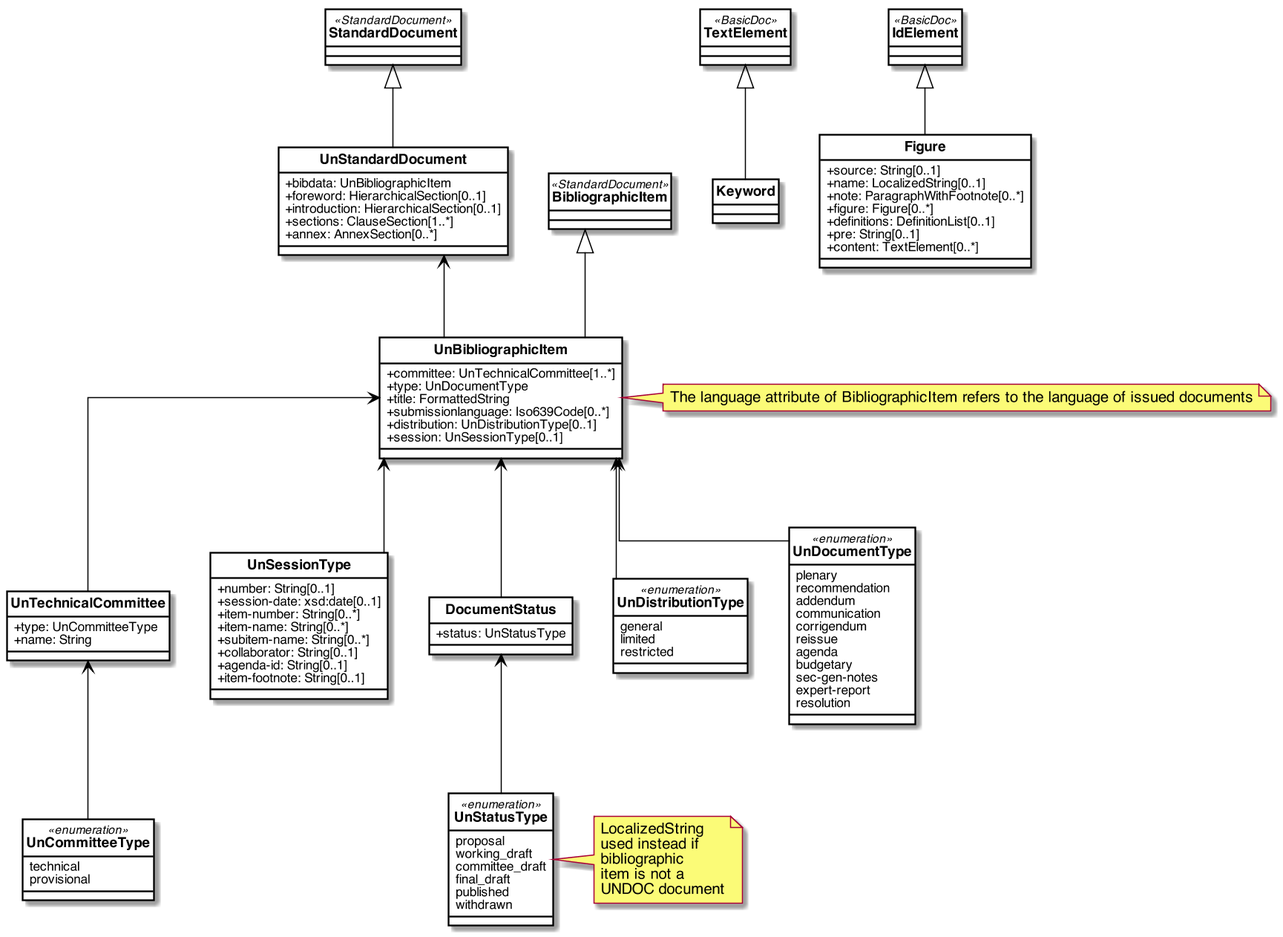
Earlier version of the PlantUML export un/images/UnDocument.png (metanorma/standoc-models).
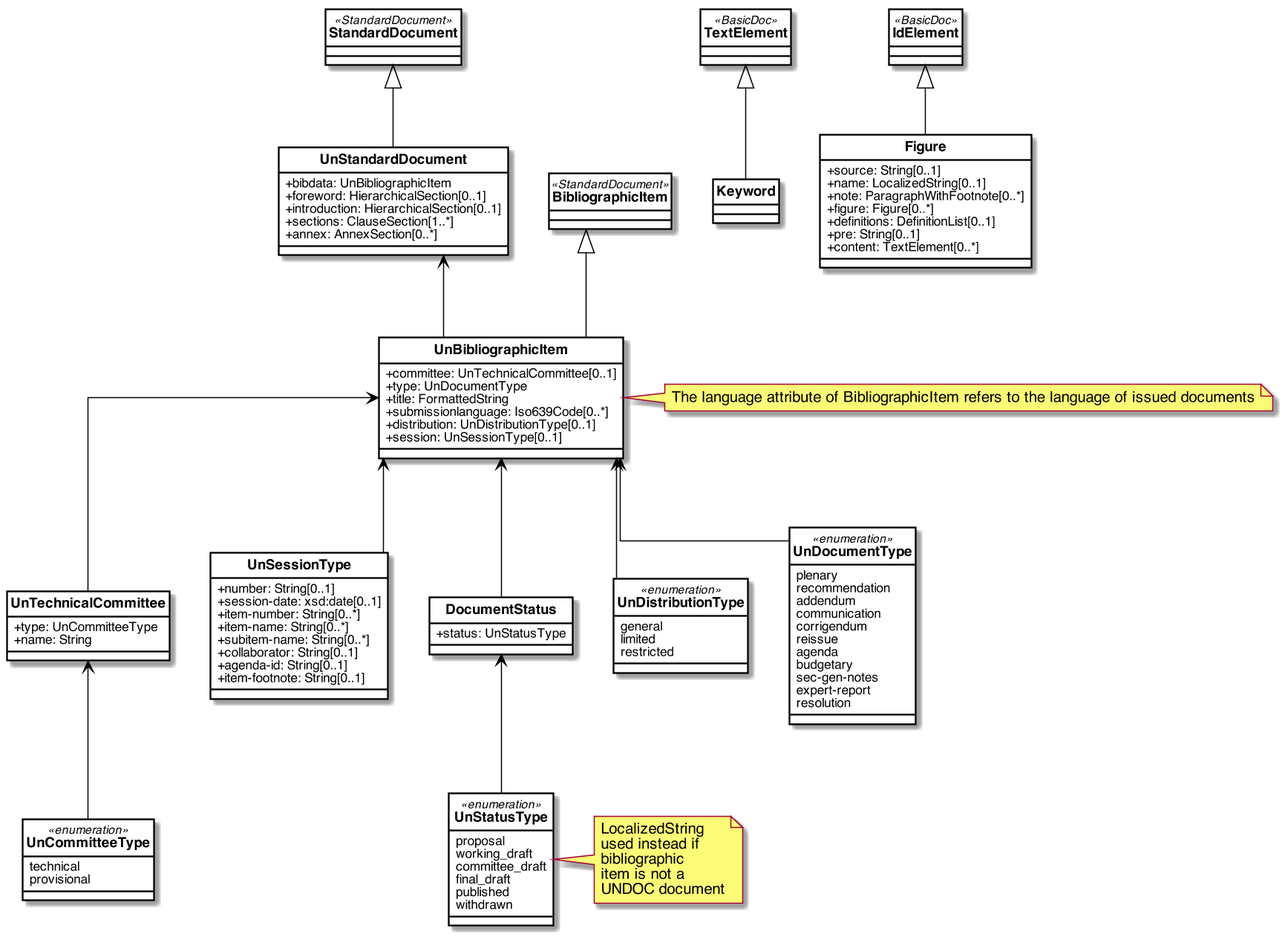
After the change.

Commit message:
relax editorialcommittee

What changed in the source:
```diff
@@ -58,7 +58,7 @@
 }
 
 class UnBibliographicItem {
-    +committee: UnTechnicalCommittee[1..*]
+    +committee: UnTechnicalCommittee[0..1]
     +type: UnDocumentType
     +title: FormattedString
     +submissionlanguage: Iso639Code[0..*]
```
